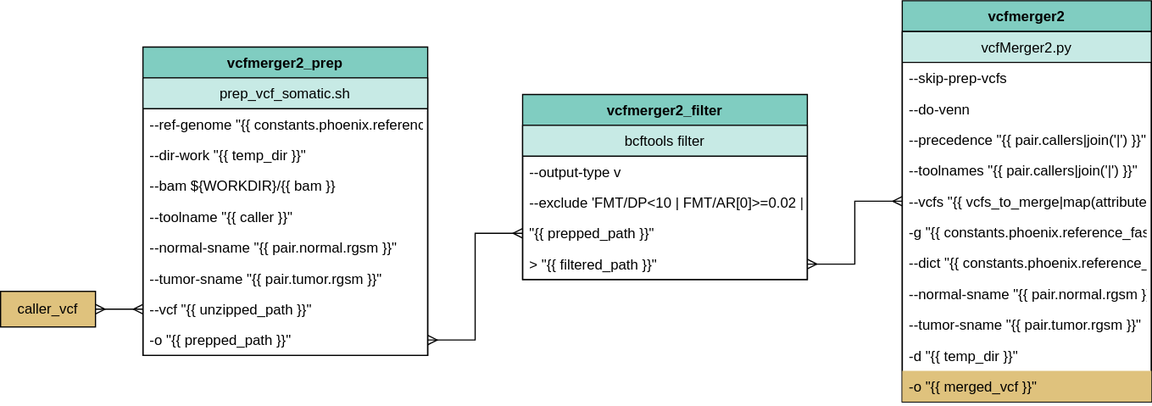
Earlier version of the draw.io export docs/source/phoenix/workflows/tumor_only/Tumor_Only_vcfMerger.svg (bryce-turner/tgen-jetstream-docs). Source tidied: cells renumbered, new cells last; positions are measured from the earlier drawing's top-left corner, leaving out a move shared by most shapes.
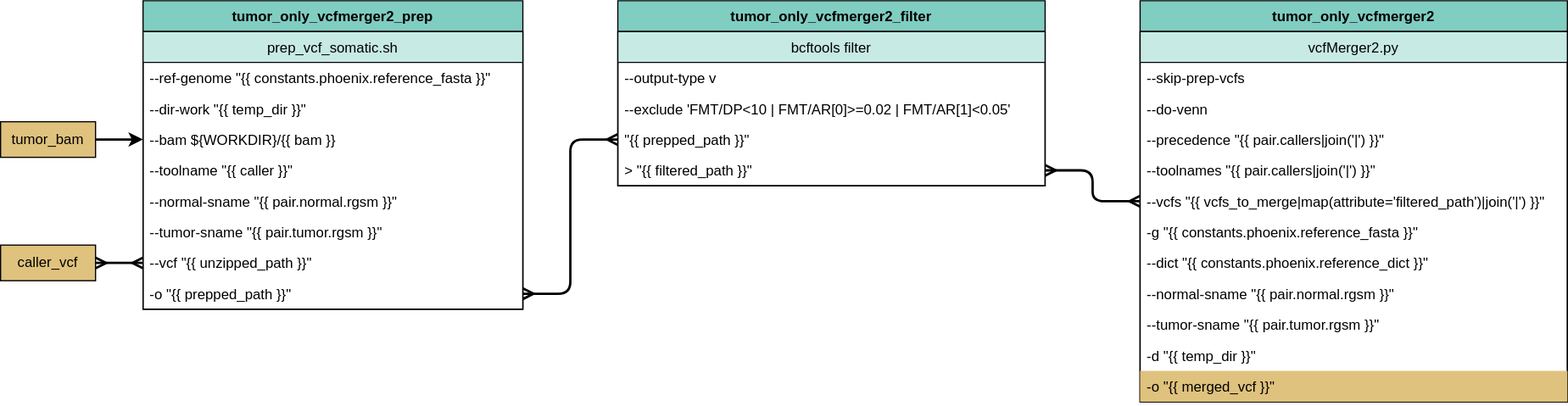
After the commit.

Diff of the diagram source:
```diff
@@ -2,109 +2,115 @@
   <root>
     <mxCell id="0" />
     <mxCell id="1" parent="0" />
-    <mxCell id="2" style="edgeStyle=orthogonalEdgeStyle;rounded=0;jettySize=auto;html=1;exitX=1;exitY=0.5;exitDx=0;exitDy=0;entryX=0;entryY=0.5;entryDx=0;entryDy=0;startArrow=ERmany;startFill=0;endArrow=ERmany;endFill=0;" parent="1" edge="1" source="3" target="12">
+    <mxCell id="2" style="edgeStyle=orthogonalEdgeStyle;rounded=1;jettySize=auto;html=1;exitX=1;exitY=0.5;exitDx=0;exitDy=0;entryX=0;entryY=0.5;entryDx=0;entryDy=0;startArrow=ERmany;startFill=0;endArrow=ERmany;endFill=0;strokeWidth=2;" parent="1" edge="1" source="3" target="12">
       <mxGeometry relative="1" as="geometry" />
     </mxCell>
     <mxCell id="3" value="caller_vcf" style="whiteSpace=wrap;html=1;fillColor=#dfc27d;" parent="1" vertex="1">
-      <mxGeometry y="245" width="80" height="30" as="geometry" />
+      <mxGeometry y="105" width="80" height="30" as="geometry" />
     </mxCell>
-    <mxCell id="4" value="vcfmerger2_prep" style="swimlane;fontStyle=1;horizontal=1;startSize=26;fillColor=#80cdc1;direction=east;" parent="1" vertex="1">
-      <mxGeometry x="120" y="39" width="240" height="260" as="geometry" />
+    <mxCell id="4" value="tumor_only_vcfmerger2_prep" style="swimlane;fontStyle=1;horizontal=1;startSize=26;fillColor=#80cdc1;direction=east;" parent="1" vertex="1">
+      <mxGeometry x="120" y="-101" width="320" height="260" as="geometry" />
     </mxCell>
     <mxCell id="5" value="prep_vcf_somatic.sh" style="swimlane;fontStyle=0;horizontal=1;startSize=26;fillColor=#c7eae5;" parent="4" vertex="1">
-      <mxGeometry y="26" width="240" height="234" as="geometry" />
+      <mxGeometry y="26" width="320" height="234" as="geometry" />
     </mxCell>
     <mxCell id="6" value="--ref-genome &quot;{{ constants.phoenix.reference_fasta }}&quot;" style="text;strokeColor=none;fillColor=none;align=left;verticalAlign=top;spacingLeft=4;spacingRight=4;overflow=hidden;" parent="5" vertex="1">
-      <mxGeometry y="26" width="240" height="26" as="geometry" />
+      <mxGeometry y="26" width="320" height="26" as="geometry" />
     </mxCell>
     <mxCell id="7" value="--dir-work &quot;{{ temp_dir }}&quot;" style="text;strokeColor=none;fillColor=none;align=left;verticalAlign=top;spacingLeft=4;spacingRight=4;overflow=hidden;" parent="5" vertex="1">
-      <mxGeometry y="52" width="240" height="26" as="geometry" />
+      <mxGeometry y="52" width="320" height="26" as="geometry" />
     </mxCell>
     <mxCell id="8" value="--bam ${WORKDIR}/{{ bam }}" style="text;strokeColor=none;fillColor=none;align=left;verticalAlign=top;spacingLeft=4;spacingRight=4;overflow=hidden;points=[[0,0.5],[1,0.5]];portConstraint=eastwest;" parent="5" vertex="1">
-      <mxGeometry y="78" width="240" height="26" as="geometry" />
+      <mxGeometry y="78" width="320" height="26" as="geometry" />
     </mxCell>
     <mxCell id="9" value="--toolname &quot;{{ caller }}&quot;" style="text;strokeColor=none;fillColor=none;align=left;verticalAlign=top;spacingLeft=4;spacingRight=4;overflow=hidden;" parent="5" vertex="1">
-      <mxGeometry y="104" width="240" height="26" as="geometry" />
+      <mxGeometry y="104" width="320" height="26" as="geometry" />
     </mxCell>
     <mxCell id="10" value="--normal-sname &quot;{{ pair.normal.rgsm }}&quot;" style="text;strokeColor=none;fillColor=none;align=left;verticalAlign=top;spacingLeft=4;spacingRight=4;overflow=hidden;" parent="5" vertex="1">
-      <mxGeometry y="130" width="240" height="26" as="geometry" />
+      <mxGeometry y="130" width="320" height="26" as="geometry" />
     </mxCell>
     <mxCell id="11" value="--tumor-sname &quot;{{ pair.tumor.rgsm }}&quot;" style="text;strokeColor=none;fillColor=none;align=left;verticalAlign=top;spacingLeft=4;spacingRight=4;overflow=hidden;" parent="5" vertex="1">
-      <mxGeometry y="156" width="240" height="26" as="geometry" />
+      <mxGeometry y="156" width="320" height="26" as="geometry" />
     </mxCell>
     <mxCell id="12" value="--vcf &quot;{{ unzipped_path }}&quot;" style="text;strokeColor=none;fillColor=none;align=left;verticalAlign=top;spacingLeft=4;spacingRight=4;overflow=hidden;points=[[0,0.5],[1,0.5]];portConstraint=eastwest;" parent="5" vertex="1">
-      <mxGeometry y="182" width="240" height="26" as="geometry" />
+      <mxGeometry y="182" width="320" height="26" as="geometry" />
     </mxCell>
     <mxCell id="13" value="-o &quot;{{ prepped_path }}&quot;" style="text;strokeColor=none;fillColor=none;align=left;verticalAlign=top;spacingLeft=4;spacingRight=4;overflow=hidden;points=[[0,0.5],[1,0.5]];portConstraint=eastwest;" parent="5" vertex="1">
-      <mxGeometry y="208" width="240" height="26" as="geometry" />
+      <mxGeometry y="208" width="320" height="26" as="geometry" />
     </mxCell>
-    <mxCell id="14" value="vcfmerger2" style="swimlane;fontStyle=1;horizontal=1;startSize=26;fillColor=#80cdc1;direction=east;" parent="1" vertex="1">
-      <mxGeometry x="760" width="210" height="338" as="geometry" />
+    <mxCell id="14" value="tumor_only_vcfmerger2" style="swimlane;fontStyle=1;horizontal=1;startSize=26;fillColor=#80cdc1;direction=east;" parent="1" vertex="1">
+      <mxGeometry x="960" y="-101" width="360" height="338" as="geometry" />
     </mxCell>
     <mxCell id="15" value="vcfMerger2.py" style="swimlane;fontStyle=0;horizontal=1;startSize=26;fillColor=#c7eae5;" parent="14" vertex="1">
-      <mxGeometry y="26" width="210" height="312" as="geometry" />
+      <mxGeometry y="26" width="360" height="312" as="geometry" />
     </mxCell>
     <mxCell id="16" value="--skip-prep-vcfs" style="text;strokeColor=none;fillColor=none;align=left;verticalAlign=top;spacingLeft=4;spacingRight=4;overflow=hidden;" parent="15" vertex="1">
-      <mxGeometry y="26" width="210" height="26" as="geometry" />
+      <mxGeometry y="26" width="360" height="26" as="geometry" />
     </mxCell>
     <mxCell id="17" value="--do-venn" style="text;strokeColor=none;fillColor=none;align=left;verticalAlign=top;spacingLeft=4;spacingRight=4;overflow=hidden;" parent="15" vertex="1">
-      <mxGeometry y="52" width="210" height="26" as="geometry" />
+      <mxGeometry y="52" width="360" height="26" as="geometry" />
     </mxCell>
     <mxCell id="18" value="--precedence &quot;{{ pair.callers|join('|') }}&quot;" style="text;strokeColor=none;fillColor=none;align=left;verticalAlign=top;spacingLeft=4;spacingRight=4;overflow=hidden;" parent="15" vertex="1">
-      <mxGeometry y="78" width="210" height="26" as="geometry" />
+      <mxGeometry y="78" width="360" height="26" as="geometry" />
     </mxCell>
     <mxCell id="19" value="--toolnames &quot;{{ pair.callers|join('|') }}&quot;" style="text;strokeColor=none;fillColor=none;align=left;verticalAlign=top;spacingLeft=4;spacingRight=4;overflow=hidden;" parent="15" vertex="1">
-      <mxGeometry y="104" width="210" height="26" as="geometry" />
+      <mxGeometry y="104" width="360" height="26" as="geometry" />
     </mxCell>
     <mxCell id="20" value="--vcfs &quot;{{ vcfs_to_merge|map(attribute='filtered_path')|join('|') }}&quot;" style="text;strokeColor=none;fillColor=none;align=left;verticalAlign=top;spacingLeft=4;spacingRight=4;overflow=hidden;points=[[0,0.5],[1,0.5]];portConstraint=eastwest;" parent="15" vertex="1">
-      <mxGeometry y="130" width="210" height="26" as="geometry" />
+      <mxGeometry y="130" width="360" height="26" as="geometry" />
     </mxCell>
     <mxCell id="21" value="-g &quot;{{ constants.phoenix.reference_fasta }}&quot;" style="text;strokeColor=none;fillColor=none;align=left;verticalAlign=top;spacingLeft=4;spacingRight=4;overflow=hidden;" parent="15" vertex="1">
-      <mxGeometry y="156" width="210" height="26" as="geometry" />
+      <mxGeometry y="156" width="360" height="26" as="geometry" />
     </mxCell>
     <mxCell id="22" value="--dict &quot;{{ constants.phoenix.reference_dict }}&quot;" style="text;strokeColor=none;fillColor=none;align=left;verticalAlign=top;spacingLeft=4;spacingRight=4;overflow=hidden;" parent="15" vertex="1">
-      <mxGeometry y="182" width="210" height="26" as="geometry" />
+      <mxGeometry y="182" width="360" height="26" as="geometry" />
     </mxCell>
     <mxCell id="23" value="--normal-sname &quot;{{ pair.normal.rgsm }}&quot;" style="text;strokeColor=none;fillColor=none;align=left;verticalAlign=top;spacingLeft=4;spacingRight=4;overflow=hidden;" parent="15" vertex="1">
-      <mxGeometry y="208" width="210" height="26" as="geometry" />
+      <mxGeometry y="208" width="360" height="26" as="geometry" />
     </mxCell>
     <mxCell id="24" value="--tumor-sname &quot;{{ pair.tumor.rgsm }}&quot;" style="text;strokeColor=none;fillColor=none;align=left;verticalAlign=top;spacingLeft=4;spacingRight=4;overflow=hidden;" parent="15" vertex="1">
-      <mxGeometry y="234" width="210" height="26" as="geometry" />
+      <mxGeometry y="234" width="360" height="26" as="geometry" />
     </mxCell>
     <mxCell id="25" value="-d &quot;{{ temp_dir }}&quot;" style="text;strokeColor=none;fillColor=none;align=left;verticalAlign=top;spacingLeft=4;spacingRight=4;overflow=hidden;" parent="15" vertex="1">
-      <mxGeometry y="260" width="210" height="26" as="geometry" />
+      <mxGeometry y="260" width="360" height="26" as="geometry" />
     </mxCell>
     <mxCell id="26" value="-o &quot;{{ merged_vcf }}&quot;" style="text;strokeColor=none;fillColor=#dfc27d;align=left;verticalAlign=top;spacingLeft=4;spacingRight=4;overflow=hidden;" parent="15" vertex="1">
-      <mxGeometry y="286" width="210" height="26" as="geometry" />
+      <mxGeometry y="286" width="360" height="26" as="geometry" />
     </mxCell>
-    <mxCell id="27" style="edgeStyle=orthogonalEdgeStyle;rounded=0;jettySize=auto;html=1;exitX=0;exitY=0.5;exitDx=0;exitDy=0;entryX=0;entryY=0.5;entryDx=0;entryDy=0;startArrow=none;startFill=0;endArrow=classic;endFill=1;" parent="14" edge="1" target="x">
+    <mxCell id="27" style="edgeStyle=orthogonalEdgeStyle;rounded=0;orthogonalLoop=1;jettySize=auto;html=1;exitX=0;exitY=0.5;exitDx=0;exitDy=0;entryX=0;entryY=0.5;entryDx=0;entryDy=0;startArrow=none;startFill=0;endArrow=classic;endFill=1;" parent="14" edge="1">
       <mxGeometry relative="1" as="geometry">
         <mxPoint y="195" as="sourcePoint" />
       </mxGeometry>
     </mxCell>
-    <mxCell id="28" value="vcfmerger2_filter" style="swimlane;fontStyle=1;horizontal=1;startSize=26;fillColor=#80cdc1;direction=east;" parent="1" vertex="1">
-      <mxGeometry x="440" y="79" width="240" height="156" as="geometry" />
+    <mxCell id="28" value="tumor_only_vcfmerger2_filter" style="swimlane;fontStyle=1;horizontal=1;startSize=26;fillColor=#80cdc1;direction=east;" parent="1" vertex="1">
+      <mxGeometry x="520" y="-101" width="360" height="156" as="geometry" />
     </mxCell>
     <mxCell id="29" value="bcftools filter" style="swimlane;fontStyle=0;horizontal=1;startSize=26;fillColor=#c7eae5;" parent="28" vertex="1">
-      <mxGeometry y="26" width="240" height="130" as="geometry" />
+      <mxGeometry y="26" width="360" height="130" as="geometry" />
     </mxCell>
     <mxCell id="30" value="--output-type v" style="text;strokeColor=none;fillColor=none;align=left;verticalAlign=top;spacingLeft=4;spacingRight=4;overflow=hidden;" parent="29" vertex="1">
-      <mxGeometry y="26" width="240" height="26" as="geometry" />
+      <mxGeometry y="26" width="360" height="26" as="geometry" />
     </mxCell>
     <mxCell id="31" value="--exclude 'FMT/DP&lt;10 | FMT/AR[0]&gt;=0.02 | FMT/AR[1]&lt;0.05'" style="text;strokeColor=none;fillColor=none;align=left;verticalAlign=top;spacingLeft=4;spacingRight=4;overflow=hidden;" parent="29" vertex="1">
-      <mxGeometry y="52" width="240" height="26" as="geometry" />
+      <mxGeometry y="52" width="360" height="26" as="geometry" />
     </mxCell>
     <mxCell id="32" value="&quot;{{ prepped_path }}&quot;" style="text;strokeColor=none;fillColor=none;align=left;verticalAlign=top;spacingLeft=4;spacingRight=4;overflow=hidden;points=[[0,0.5],[1,0.5]];portConstraint=eastwest;" parent="29" vertex="1">
-      <mxGeometry y="78" width="240" height="26" as="geometry" />
+      <mxGeometry y="78" width="360" height="26" as="geometry" />
     </mxCell>
     <mxCell id="33" value="&gt; &quot;{{ filtered_path }}&quot;" style="text;strokeColor=none;fillColor=none;align=left;verticalAlign=top;spacingLeft=4;spacingRight=4;overflow=hidden;points=[[0,0.5],[1,0.5]];portConstraint=eastwest;" parent="29" vertex="1">
-      <mxGeometry y="104" width="240" height="26" as="geometry" />
+      <mxGeometry y="104" width="360" height="26" as="geometry" />
     </mxCell>
-    <mxCell id="34" style="edgeStyle=orthogonalEdgeStyle;rounded=0;jettySize=auto;html=1;exitX=1;exitY=0.5;exitDx=0;exitDy=0;entryX=0;entryY=0.5;entryDx=0;entryDy=0;startArrow=ERmany;startFill=0;endArrow=ERmany;endFill=0;" parent="1" edge="1" source="13" target="32">
+    <mxCell id="34" style="edgeStyle=orthogonalEdgeStyle;rounded=1;jettySize=auto;html=1;exitX=1;exitY=0.5;exitDx=0;exitDy=0;entryX=0;entryY=0.5;entryDx=0;entryDy=0;startArrow=ERmany;startFill=0;endArrow=ERmany;endFill=0;strokeWidth=2;" parent="1" edge="1" source="13" target="32">
       <mxGeometry relative="1" as="geometry" />
     </mxCell>
-    <mxCell id="35" style="edgeStyle=orthogonalEdgeStyle;rounded=0;jettySize=auto;html=1;exitX=1;exitY=0.5;exitDx=0;exitDy=0;entryX=0;entryY=0.5;entryDx=0;entryDy=0;startArrow=ERmany;startFill=0;endArrow=ERmany;endFill=0;" parent="1" edge="1" source="33" target="20">
+    <mxCell id="35" style="edgeStyle=orthogonalEdgeStyle;rounded=1;jettySize=auto;html=1;exitX=1;exitY=0.5;exitDx=0;exitDy=0;entryX=0;entryY=0.5;entryDx=0;entryDy=0;startArrow=ERmany;startFill=0;endArrow=ERmany;endFill=0;strokeWidth=2;" parent="1" edge="1" source="33" target="20">
       <mxGeometry relative="1" as="geometry" />
     </mxCell>
+    <mxCell id="36" style="edgeStyle=orthogonalEdgeStyle;rounded=1;jettySize=auto;html=1;exitX=1;exitY=0.5;exitDx=0;exitDy=0;entryX=0;entryY=0.5;entryDx=0;entryDy=0;strokeWidth=2;" parent="1" edge="1" source="37" target="8">
+      <mxGeometry relative="1" as="geometry" />
+    </mxCell>
+    <mxCell id="37" value="tumor_bam" style="whiteSpace=wrap;html=1;fillColor=#dfc27d;" parent="1" vertex="1">
+      <mxGeometry y="1" width="80" height="30" as="geometry" />
+    </mxCell>
   </root>
 </mxGraphModel>
```
